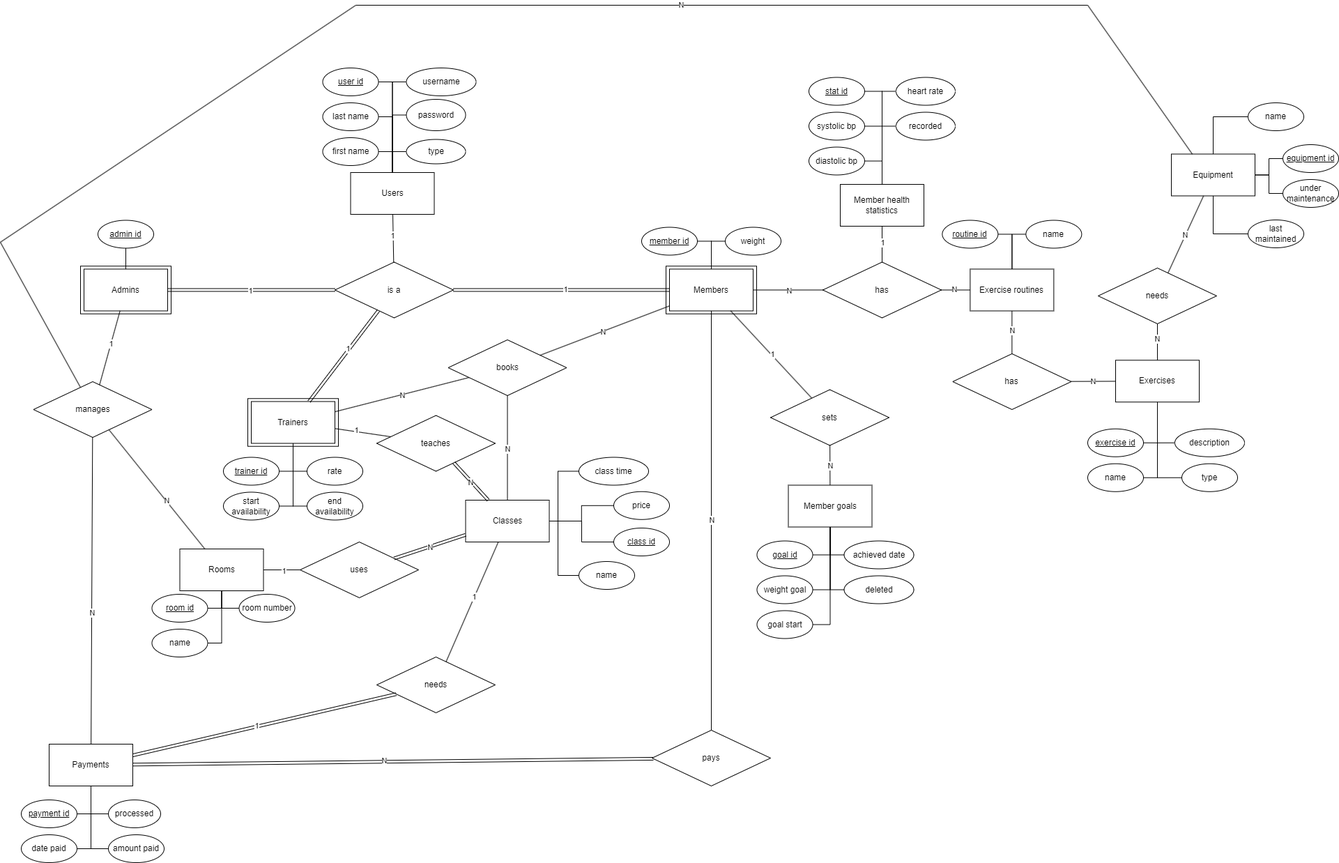
Before: diagrams/Entity Relational Diagram.png, a diagram exported from draw.io (zamachnoi/FitnessManager). Source tidied: cells renumbered, new cells last; positions are measured from the earlier drawing's top-left corner, leaving out a move shared by most shapes.
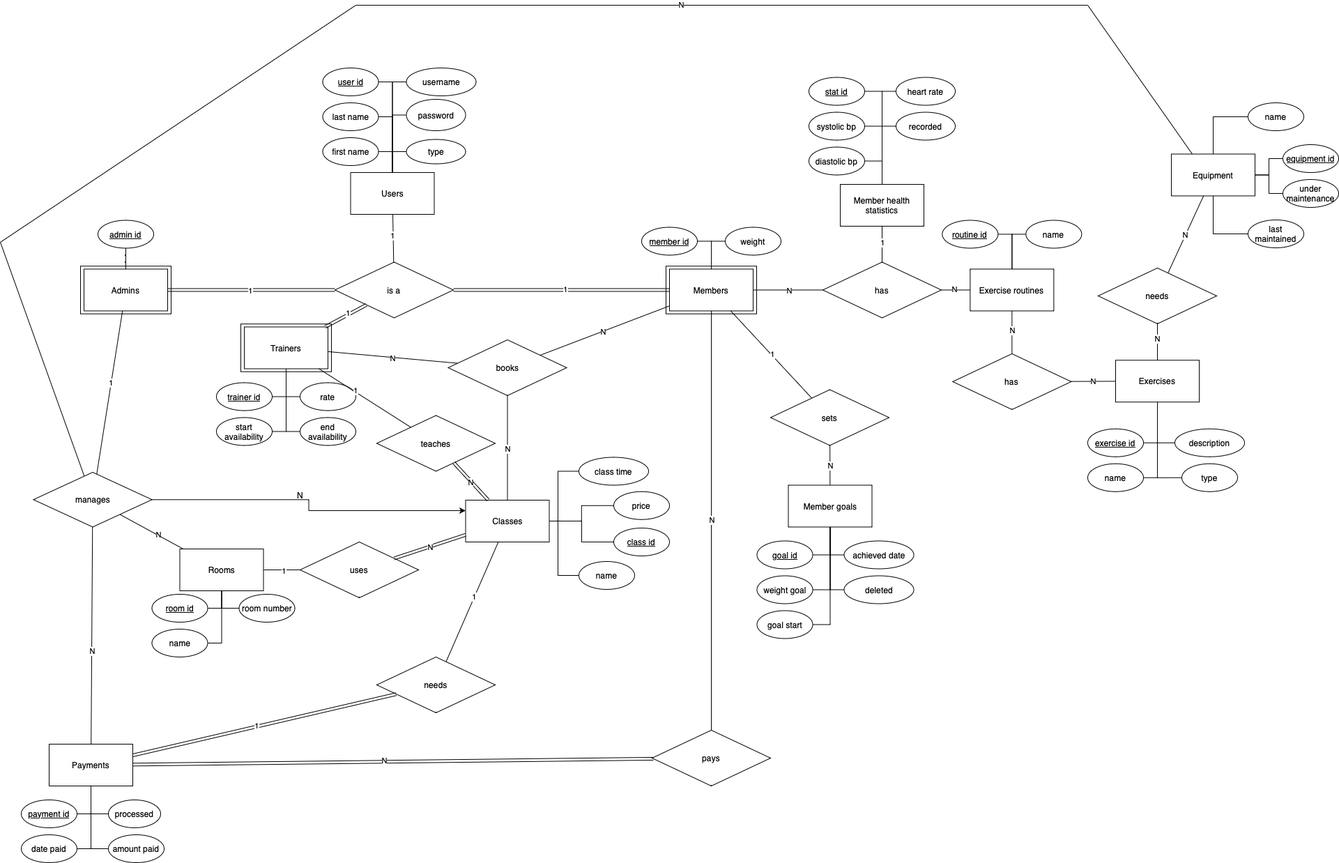
The same file after the commit.

Diff of the diagram source:
```diff
@@ -6,7 +6,7 @@
       <mxGeometry x="955" y="374.2" width="130" height="68.5" as="geometry" />
     </mxCell>
     <mxCell id="3" style="rounded=0;whiteSpace=wrap;html=1;" parent="1" vertex="1">
-      <mxGeometry x="355" y="564.2" width="130" height="68.5" as="geometry" />
+      <mxGeometry x="345" y="457.2" width="130" height="68.5" as="geometry" />
     </mxCell>
     <mxCell id="4" style="rounded=0;whiteSpace=wrap;html=1;" parent="1" vertex="1">
       <mxGeometry x="115" y="374.2" width="130" height="68.5" as="geometry" />
@@ -163,24 +163,24 @@
     <mxCell id="52" style="edgeStyle=orthogonalEdgeStyle;rounded=0;jettySize=auto;html=1;entryX=0;entryY=0.5;entryDx=0;entryDy=0;endArrow=none;endFill=0;" parent="1" edge="1" source="53" target="57">
       <mxGeometry relative="1" as="geometry">
         <Array as="points">
-          <mxPoint x="420.5" y="669" />
+          <mxPoint x="410.5" y="562" />
         </Array>
       </mxGeometry>
     </mxCell>
     <mxCell id="53" value="Trainers" style="rounded=0;whiteSpace=wrap;html=1;" parent="1" vertex="1">
-      <mxGeometry x="360" y="568.5" width="120" height="60" as="geometry" />
+      <mxGeometry x="350" y="461.5" width="120" height="60" as="geometry" />
     </mxCell>
     <mxCell id="54" value="&lt;u&gt;trainer id&lt;/u&gt;" style="ellipse;whiteSpace=wrap;html=1;" parent="1" vertex="1">
-      <mxGeometry x="320" y="648.5" width="80" height="40" as="geometry" />
+      <mxGeometry x="310" y="541.5" width="80" height="40" as="geometry" />
     </mxCell>
     <mxCell id="55" value="start availability" style="ellipse;whiteSpace=wrap;html=1;" parent="1" vertex="1">
-      <mxGeometry x="320" y="698.5" width="80" height="40" as="geometry" />
+      <mxGeometry x="310" y="591.5" width="80" height="40" as="geometry" />
     </mxCell>
     <mxCell id="56" value="end availability" style="ellipse;whiteSpace=wrap;html=1;" parent="1" vertex="1">
-      <mxGeometry x="440" y="698.5" width="80" height="40" as="geometry" />
+      <mxGeometry x="430" y="591.5" width="80" height="40" as="geometry" />
     </mxCell>
     <mxCell id="57" value="rate" style="ellipse;whiteSpace=wrap;html=1;" parent="1" vertex="1">
-      <mxGeometry x="440" y="648.5" width="80" height="40" as="geometry" />
+      <mxGeometry x="430" y="541.5" width="80" height="40" as="geometry" />
     </mxCell>
     <mxCell id="58" style="edgeStyle=orthogonalEdgeStyle;rounded=0;jettySize=auto;html=1;entryX=1;entryY=0.5;entryDx=0;entryDy=0;endArrow=none;endFill=0;" parent="1" edge="1" source="61" target="62">
       <mxGeometry relative="1" as="geometry" />
@@ -488,8 +488,11 @@
         <mxPoint x="2" y="1" as="offset" />
       </mxGeometry>
     </mxCell>
+    <mxCell id="175" style="edgeStyle=orthogonalEdgeStyle;rounded=0;jettySize=auto;html=1;entryX=0;entryY=0.25;entryDx=0;entryDy=0;strokeColor=default;" parent="1" edge="1" source="146" target="100">
+      <mxGeometry relative="1" as="geometry" />
+    </mxCell>
     <mxCell id="146" value="manages" style="rhombus;whiteSpace=wrap;html=1;" parent="1" vertex="1">
-      <mxGeometry x="47.5" y="540" width="170" height="80" as="geometry" />
+      <mxGeometry x="47.5" y="670" width="170" height="78.5" as="geometry" />
     </mxCell>
     <mxCell id="147" style="endArrow=none;html=1;rounded=0;" parent="1" edge="1" source="146" target="29">
       <mxGeometry relative="1" as="geometry" />
@@ -599,5 +602,8 @@
         <mxPoint x="510" as="targetPoint" />
       </mxGeometry>
     </mxCell>
+    <mxCell id="176" value="N" style="text;html=1;align=center;verticalAlign=middle;strokeColor=none;fillColor=none;" parent="1" vertex="1">
+      <mxGeometry x="415" y="688" width="30" height="30" as="geometry" />
+    </mxCell>
   </root>
 </mxGraphModel>
```
